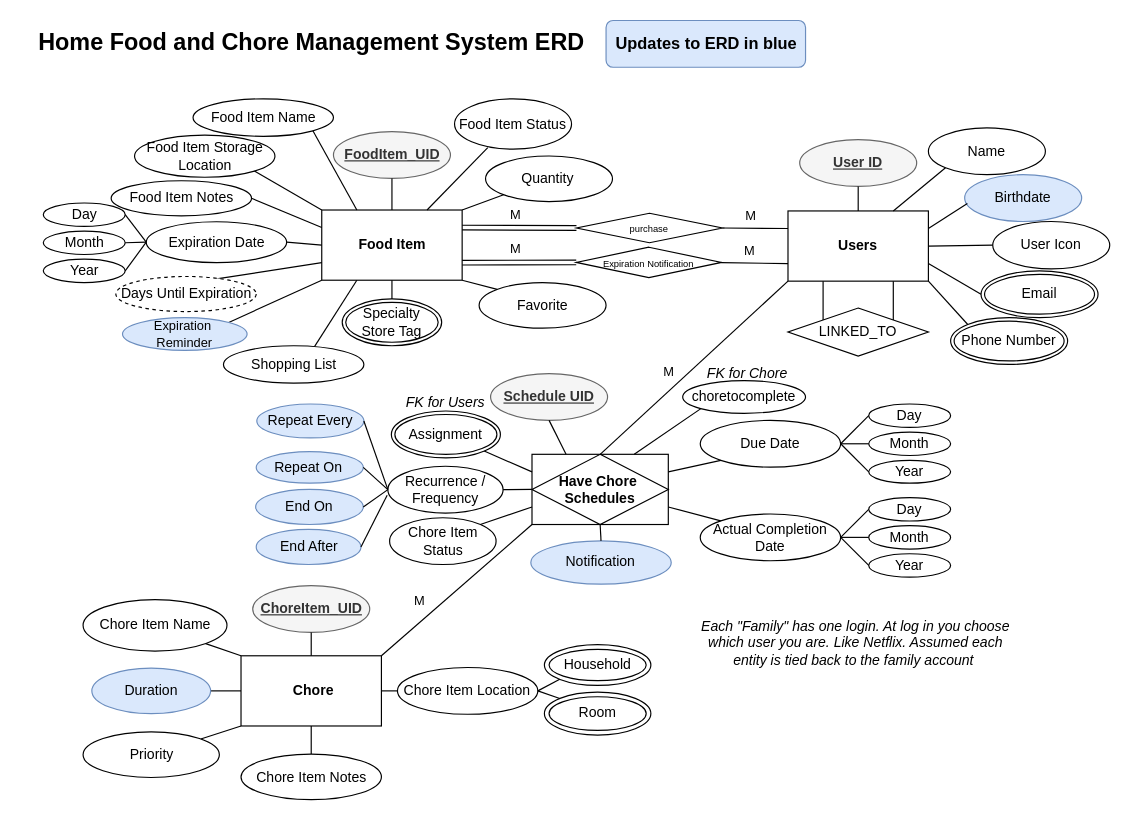
k-wtamu/CIDM6330 keeps this draw.io diagram as Final Project/Diagrams/updatedERD.drawio. Above is the earlier version. Source tidied: cells renumbered, new cells numbered last; positions are measured from the earlier drawing's top-left corner, leaving out a move shared by most shapes. Both pictures are drawn from the tidied source at 117%, with x=0, y=0 at pixel (19, 20).
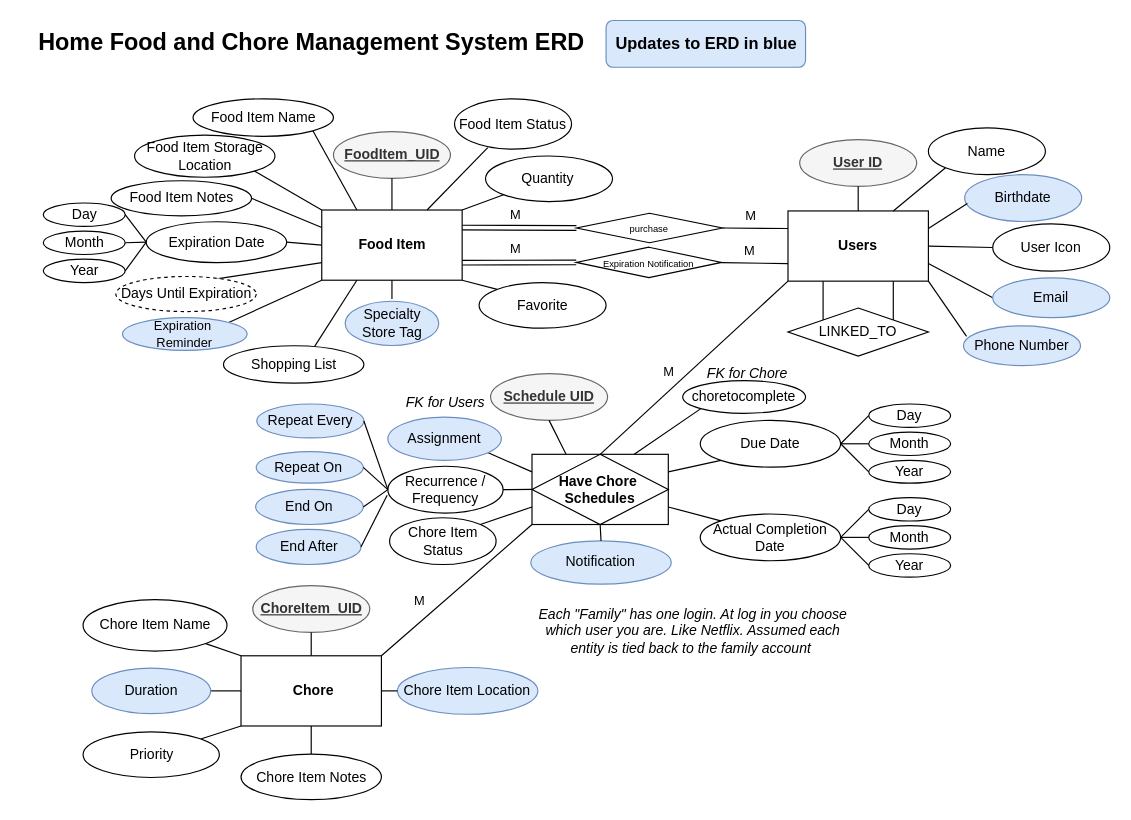
After the change.

Unchanged cells that the change refers to:
```xml
<mxCell id="13" value="Food Item" style="rounded=0;whiteSpace=wrap;html=1;fontStyle=1;" parent="1" vertex="1">
  <mxGeometry x="258.5" y="162" width="120" height="60" as="geometry" />
</mxCell>
<mxCell id="21" value="Users" style="rounded=0;whiteSpace=wrap;html=1;fontStyle=1;" parent="1" vertex="1">
  <mxGeometry x="657" y="162.8" width="120" height="60" as="geometry" />
</mxCell>
<mxCell id="67" value="Have Chore&amp;nbsp;&lt;div&gt;Schedules&lt;/div&gt;" style="shape=associativeEntity;whiteSpace=wrap;html=1;align=center;fontStyle=1;" parent="1" vertex="1">
  <mxGeometry x="438.2" y="370.8" width="116.5" height="60" as="geometry" />
</mxCell>
```

Change to the diagram source:
```diff
@@
-    <mxCell id="15" value="Chore Item Location" style="ellipse;whiteSpace=wrap;html=1;" parent="1" vertex="1">
+    <mxCell id="15" value="Chore Item Location" style="ellipse;whiteSpace=wrap;html=1;fillColor=#dae8fc;strokeColor=#6c8ebf;" parent="1" vertex="1">
       <mxGeometry x="323.2" y="553" width="120" height="40" as="geometry" />
     </mxCell>
@@
-    <mxCell id="24" value="Phone Number" style="ellipse;shape=doubleEllipse;margin=3;whiteSpace=wrap;html=1;align=center;" parent="1" vertex="1">
-      <mxGeometry x="796" y="254" width="100" height="40" as="geometry" />
-    </mxCell>
-    <mxCell id="25" value="Email" style="ellipse;shape=doubleEllipse;margin=3;whiteSpace=wrap;html=1;align=center;" parent="1" vertex="1">
-      <mxGeometry x="822" y="214" width="100" height="40" as="geometry" />
-    </mxCell>
@@
-    <mxCell id="27" style="endArrow=none;html=1;rounded=0;exitX=0;exitY=0;exitDx=0;exitDy=0;entryX=1;entryY=1;entryDx=0;entryDy=0;" parent="1" edge="1" source="24" target="21">
-      <mxGeometry relative="1" as="geometry" />
+    <mxCell id="27" style="endArrow=none;html=1;rounded=0;exitX=0.026;exitY=0.264;exitDx=0;exitDy=0;entryX=1;entryY=1;entryDx=0;entryDy=0;exitPerimeter=0;" parent="1" edge="1" source="24">
+      <mxGeometry relative="1" as="geometry">
+        <mxPoint x="777" y="222.8" as="targetPoint" />
+      </mxGeometry>
     </mxCell>
@@
-    <mxCell id="52" value="Specialty Store Tag" style="ellipse;shape=doubleEllipse;margin=3;whiteSpace=wrap;html=1;align=center;" parent="1" vertex="1">
-      <mxGeometry x="276" y="238" width="85" height="40" as="geometry" />
-    </mxCell>
@@
-    <mxCell id="61" value="Assignment" style="ellipse;shape=doubleEllipse;margin=3;whiteSpace=wrap;html=1;align=center;" parent="1" vertex="1">
-      <mxGeometry x="318" y="333.8" width="93.2" height="40" as="geometry" />
-    </mxCell>
@@
-    <mxCell id="65" style="endArrow=none;html=1;rounded=0;exitX=0.5;exitY=0;exitDx=0;exitDy=0;entryX=0.5;entryY=1;entryDx=0;entryDy=0;" parent="1" edge="1" source="52" target="13">
-      <mxGeometry relative="1" as="geometry" />
+    <mxCell id="65" style="endArrow=none;html=1;rounded=0;exitX=0.5;exitY=0;exitDx=0;exitDy=0;entryX=0.5;entryY=1;entryDx=0;entryDy=0;" parent="1" edge="1" target="13">
+      <mxGeometry relative="1" as="geometry">
+        <mxPoint x="318.5" y="238" as="sourcePoint" />
+      </mxGeometry>
     </mxCell>
@@
-    <mxCell id="93" value="Household" style="ellipse;shape=doubleEllipse;whiteSpace=wrap;html=1;" parent="1" vertex="1">
-      <mxGeometry x="448.8" y="533.5" width="91" height="34.8" as="geometry" />
-    </mxCell>
-    <mxCell id="94" value="Room" style="ellipse;shape=doubleEllipse;whiteSpace=wrap;html=1;" parent="1" vertex="1">
-      <mxGeometry x="448.8" y="574" width="91" height="36.8" as="geometry" />
-    </mxCell>
-    <mxCell id="95" style="endArrow=none;html=1;rounded=0;entryX=0;entryY=1;entryDx=0;entryDy=0;exitX=1;exitY=0.5;exitDx=0;exitDy=0;" parent="1" edge="1" source="15" target="93">
-      <mxGeometry relative="1" as="geometry" />
-    </mxCell>
-    <mxCell id="96" style="endArrow=none;html=1;rounded=0;exitX=1;exitY=0.5;exitDx=0;exitDy=0;entryX=0;entryY=0;entryDx=0;entryDy=0;" parent="1" edge="1" source="15" target="94">
-      <mxGeometry relative="1" as="geometry" />
-    </mxCell>
@@
-    <mxCell id="98" style="endArrow=none;html=1;rounded=0;exitX=1;exitY=1;exitDx=0;exitDy=0;entryX=0;entryY=0.25;entryDx=0;entryDy=0;" parent="1" edge="1" source="61" target="67">
-      <mxGeometry relative="1" as="geometry" />
+    <mxCell id="98" style="endArrow=none;html=1;rounded=0;exitX=1;exitY=1;exitDx=0;exitDy=0;entryX=0;entryY=0.25;entryDx=0;entryDy=0;" parent="1" edge="1" target="67">
+      <mxGeometry relative="1" as="geometry">
+        <mxPoint x="397.4" y="368" as="sourcePoint" />
+      </mxGeometry>
     </mxCell>
@@
     <mxCell id="106" value="&lt;i&gt;Each &quot;Family&quot; has one login. At log in you choose which user you are. Like Netflix. Assumed each entity is tied back to the family account&amp;nbsp;&lt;/i&gt;" style="text;html=1;align=center;verticalAlign=middle;whiteSpace=wrap;rounded=0;" parent="1" vertex="1">
-      <mxGeometry x="582" y="511" width="266" height="42" as="geometry" />
+      <mxGeometry x="443.2" y="501" width="266" height="42" as="geometry" />
     </mxCell>
     <mxCell id="107" value="User Icon" style="ellipse;whiteSpace=wrap;html=1;" parent="1" vertex="1">
-      <mxGeometry x="832" y="171.8" width="100" height="40.5" as="geometry" />
+      <mxGeometry x="832" y="173.8" width="100" height="40.5" as="geometry" />
     </mxCell>
@@
+    <mxCell id="52" value="Specialty Store Tag" style="ellipse;whiteSpace=wrap;html=1;fillColor=#dae8fc;strokeColor=#6c8ebf;" parent="1" vertex="1">
+      <mxGeometry x="278.5" y="240" width="80" height="37.8" as="geometry" />
+    </mxCell>
+    <mxCell id="24" value="Phone Number" style="ellipse;whiteSpace=wrap;html=1;fillColor=#dae8fc;strokeColor=#6c8ebf;" parent="1" vertex="1">
+      <mxGeometry x="807" y="261" width="100" height="34" as="geometry" />
+    </mxCell>
+    <mxCell id="25" value="Email" style="ellipse;whiteSpace=wrap;html=1;fillColor=#dae8fc;strokeColor=#6c8ebf;" parent="1" vertex="1">
+      <mxGeometry x="832" y="220" width="100" height="34" as="geometry" />
+    </mxCell>
+    <mxCell id="61" value="Assignment" style="ellipse;whiteSpace=wrap;html=1;fillColor=#dae8fc;strokeColor=#6c8ebf;" parent="1" vertex="1">
+      <mxGeometry x="315" y="339" width="97" height="37" as="geometry" />
+    </mxCell>
```
